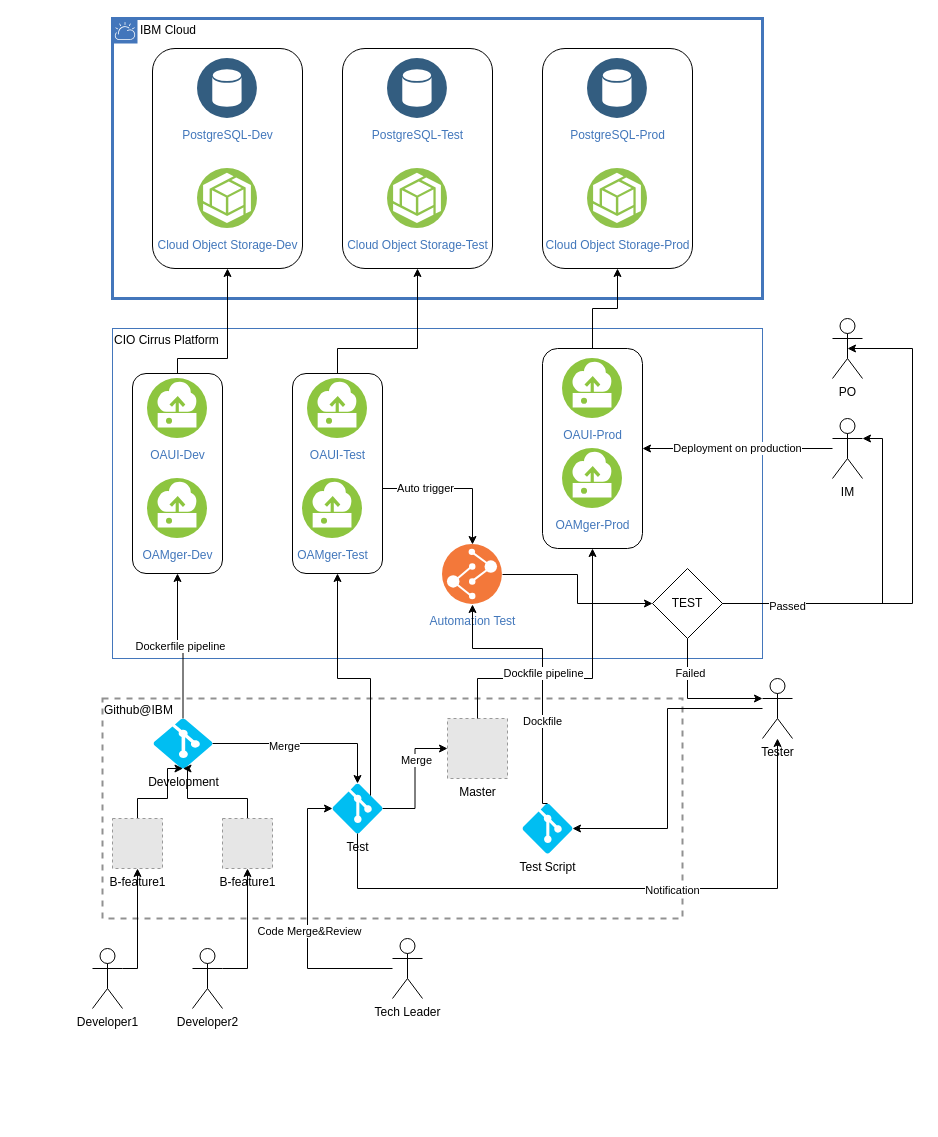
The draw.io diagram page "DevOpsOperational" (1 of 4) of oasis-architecture.drawio in JackZhao2517/drawio_folder, before the edit. Source tidied: cells renumbered, new cells numbered last; positions are measured from the earlier drawing's top-left corner, leaving out a move shared by most shapes. Both pictures are drawn from the tidied source at 100%, with x=0, y=0 at pixel (92, 18). Pictures stored in the file or linked from it are replaced by grey dashed boxes.
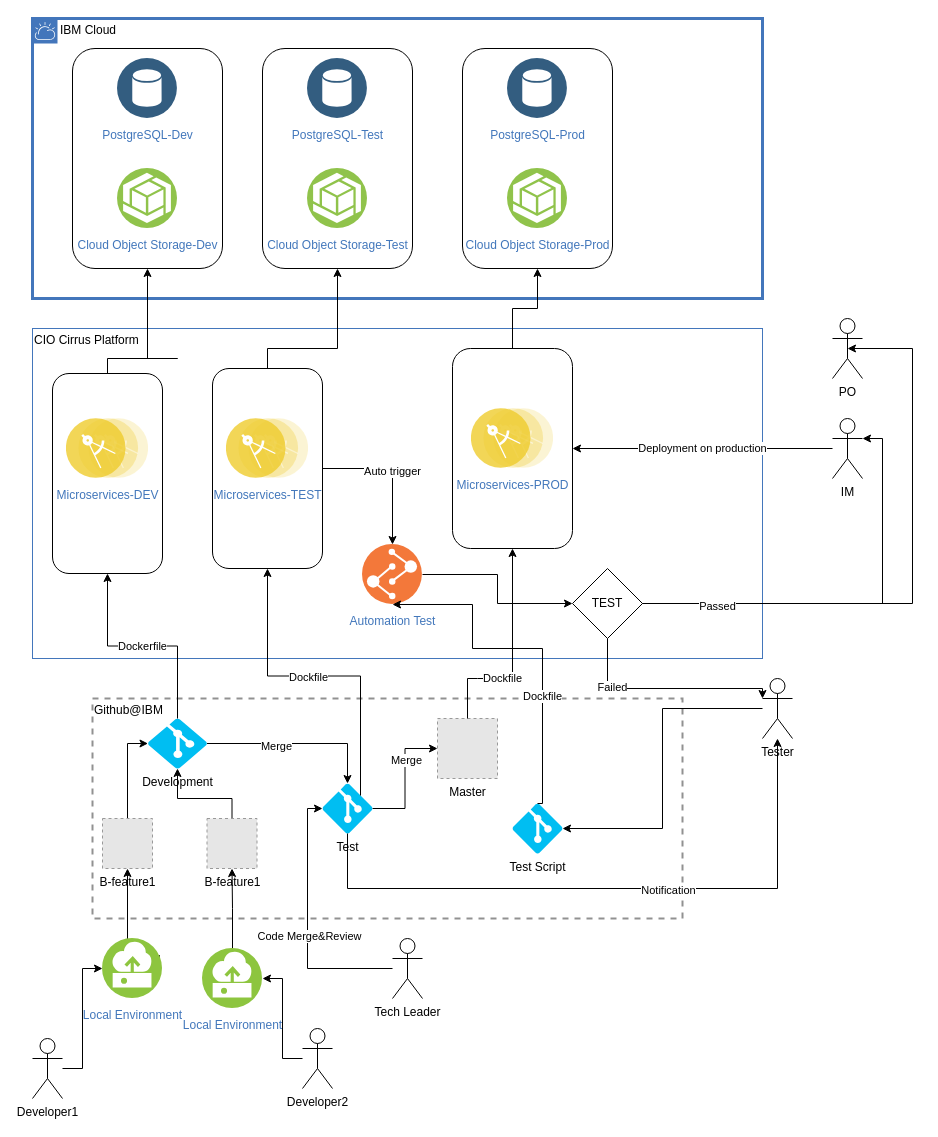
The same diagram, later.

Unchanged cells that the change refers to:
```xml
<mxCell id="8" value="Test" style="verticalLabelPosition=bottom;html=1;verticalAlign=top;align=center;strokeColor=none;fillColor=#00BEF2;shape=mxgraph.azure.git_repository;" parent="2" vertex="1">
  <mxGeometry x="230" y="85" width="50" height="50" as="geometry" />
</mxCell>
<mxCell id="10" value="B-feature1" style="fillColor=#E6E6E6;strokeColor=#999999;dashed=1;html=1;verticalAlign=top;verticalLabelPosition=bottom;labelBackgroundColor=#ffffff;" parent="2" vertex="1">
  <mxGeometry x="10" y="120" width="50" height="50" as="geometry" />
</mxCell>
<mxCell id="21" value="Automation Test" style="perimeter=ellipsePerimeter;html=1;align=center;shadow=0;dashed=0;fontColor=#4277BB;labelBackgroundColor=#ffffff;fontSize=12;spacingTop=3;image;image=img/lib/ibm/devops/build_test.svg;fillColor=#FFFFFF;" parent="15" vertex="1">
  <mxGeometry x="330" y="216" width="60" height="60" as="geometry" />
</mxCell>
<mxCell id="22" value="TEST" style="rhombus;whiteSpace=wrap;html=1;shadow=0;fillColor=#FFFFFF;" parent="15" vertex="1">
  <mxGeometry x="540" y="240" width="70" height="70" as="geometry" />
</mxCell>
<mxCell id="38" style="rounded=1;whiteSpace=wrap;html=1;fillColor=#FFFFFF;" parent="37" vertex="1">
  <mxGeometry width="150" height="220" as="geometry" />
</mxCell>
<mxCell id="55" value="Tester" style="shape=umlActor;verticalLabelPosition=bottom;verticalAlign=top;html=1;outlineConnect=0;" parent="1" vertex="1">
  <mxGeometry x="670" y="660" width="30" height="60" as="geometry" />
</mxCell>
<mxCell id="56" style="edgeStyle=orthogonalEdgeStyle;rounded=0;jettySize=auto;html=1;exitX=0.5;exitY=0;exitDx=0;exitDy=0;exitPerimeter=0;entryX=0.5;entryY=1;entryDx=0;entryDy=0;" parent="1" edge="1" source="14" target="21">
  <mxGeometry relative="1" as="geometry">
    <Array as="points">
      <mxPoint x="450" y="785" />
      <mxPoint x="450" y="630" />
      <mxPoint x="380" y="630" />
    </Array>
  </mxGeometry>
</mxCell>
```

Diff of the diagram source:
```diff
@@
     <mxCell id="2" value="&lt;div align=&quot;left&quot;&gt;Github@IBM&lt;/div&gt;" style="fontStyle=0;verticalAlign=top;align=left;spacingTop=-2;fillColor=none;rounded=0;whiteSpace=wrap;html=1;strokeColor=#919191;strokeWidth=2;dashed=1;" parent="1" vertex="1">
-      <mxGeometry x="10" y="680" width="580" height="220" as="geometry" />
+      <mxGeometry y="680" width="590" height="220" as="geometry" />
     </mxCell>
@@
     <mxCell id="5" value="Development" style="verticalLabelPosition=bottom;html=1;verticalAlign=top;align=center;strokeColor=none;fillColor=#00BEF2;shape=mxgraph.azure.git_repository;" parent="2" vertex="1">
-      <mxGeometry x="51" y="20" width="59" height="50" as="geometry" />
+      <mxGeometry x="55.5" y="20" width="59" height="50" as="geometry" />
     </mxCell>
@@
-    <mxCell id="9" style="edgeStyle=orthogonalEdgeStyle;rounded=0;jettySize=auto;html=1;entryX=0.5;entryY=1;entryDx=0;entryDy=0;entryPerimeter=0;exitX=0.5;exitY=0;exitDx=0;exitDy=0;" parent="2" edge="1" source="10" target="5">
+    <mxCell id="9" style="edgeStyle=orthogonalEdgeStyle;rounded=0;jettySize=auto;html=1;entryX=0;entryY=0.5;entryDx=0;entryDy=0;entryPerimeter=0;exitX=0.5;exitY=0;exitDx=0;exitDy=0;" parent="2" edge="1" source="10" target="5">
       <mxGeometry relative="1" as="geometry">
         <Array as="points">
-          <mxPoint x="35" y="100" />
-          <mxPoint x="65" y="100" />
-          <mxPoint x="65" y="70" />
+          <mxPoint x="35" y="45" />
         </Array>
       </mxGeometry>
     </mxCell>
@@
     <mxCell id="11" style="edgeStyle=orthogonalEdgeStyle;rounded=0;jettySize=auto;html=1;exitX=0.5;exitY=0;exitDx=0;exitDy=0;entryX=0.5;entryY=1;entryDx=0;entryDy=0;entryPerimeter=0;" parent="2" edge="1" source="12" target="5">
       <mxGeometry relative="1" as="geometry">
         <Array as="points">
-          <mxPoint x="145" y="100" />
+          <mxPoint x="140" y="100" />
           <mxPoint x="85" y="100" />
-          <mxPoint x="85" y="70" />
         </Array>
       </mxGeometry>
     </mxCell>
     <mxCell id="12" value="B-feature1" style="fillColor=#E6E6E6;strokeColor=#999999;dashed=1;html=1;verticalAlign=top;verticalLabelPosition=bottom;labelBackgroundColor=#ffffff;" parent="2" vertex="1">
-      <mxGeometry x="120" y="120" width="50" height="50" as="geometry" />
+      <mxGeometry x="114.5" y="120" width="50" height="50" as="geometry" />
     </mxCell>
@@
     <mxCell id="15" value="&lt;div align=&quot;left&quot;&gt;CIO Cirrus Platform&lt;/div&gt;" style="fontStyle=0;verticalAlign=top;align=left;spacingTop=-2;fillColor=none;rounded=0;whiteSpace=wrap;html=1;strokeColor=#4376BB;strokeWidth=1;dashed=0;" parent="1" vertex="1">
-      <mxGeometry x="20" y="310" width="650" height="330" as="geometry" />
+      <mxGeometry x="-60" y="310" width="730" height="330" as="geometry" />
     </mxCell>
-    <mxCell id="16" value="Auto trigger" style="edgeStyle=orthogonalEdgeStyle;rounded=0;jettySize=auto;html=1;entryX=0.5;entryY=0;entryDx=0;entryDy=0;" parent="15" edge="1" target="21">
+    <mxCell id="16" value="Auto trigger" style="edgeStyle=orthogonalEdgeStyle;rounded=0;jettySize=auto;html=1;entryX=0.5;entryY=0;entryDx=0;entryDy=0;exitX=1;exitY=0.5;exitDx=0;exitDy=0;" parent="15" edge="1" source="74" target="21">
       <mxGeometry relative="1" as="geometry">
-        <mxPoint x="210" y="160" as="sourcePoint" />
         <Array as="points">
-          <mxPoint x="360" y="160" />
+          <mxPoint x="360" y="140" />
         </Array>
       </mxGeometry>
     </mxCell>
     <mxCell id="17" style="rounded=1;whiteSpace=wrap;html=1;fillColor=#FFFFFF;" parent="15" vertex="1">
-      <mxGeometry x="20" y="45" width="90" height="200" as="geometry" />
+      <mxGeometry x="20" y="45" width="110" height="200" as="geometry" />
     </mxCell>
-    <mxCell id="18" value="OAUI-Dev" style="perimeter=ellipsePerimeter;html=1;align=center;shadow=0;dashed=0;fontColor=#4277BB;labelBackgroundColor=#ffffff;fontSize=12;spacingTop=3;image;image=img/lib/ibm/vpc/Instance.svg;" parent="15" vertex="1">
-      <mxGeometry x="35" y="50" width="60" height="60" as="geometry" />
-    </mxCell>
-    <mxCell id="19" value="OAMger-Dev" style="perimeter=ellipsePerimeter;html=1;align=center;shadow=0;dashed=0;fontColor=#4277BB;labelBackgroundColor=#ffffff;fontSize=12;spacingTop=3;image;image=img/lib/ibm/vpc/Instance.svg;" parent="15" vertex="1">
-      <mxGeometry x="35" y="150" width="60" height="60" as="geometry" />
-    </mxCell>
@@
-    <mxCell id="23" style="group;" parent="15" vertex="1">
-      <mxGeometry x="430" y="20" width="100" height="200" as="geometry" />
-    </mxCell>
+    <mxCell id="73" value="Microservices-DEV" style="perimeter=ellipsePerimeter;html=1;align=center;shadow=0;dashed=0;fontColor=#4277BB;labelBackgroundColor=#ffffff;fontSize=12;spacingTop=3;image;image=img/lib/ibm/applications/microservice.svg;fillColor=#67AB9F;" parent="15" vertex="1">
+      <mxGeometry x="33.9" y="90" width="82.2" height="60" as="geometry" />
+    </mxCell>
+    <mxCell id="74" style="rounded=1;whiteSpace=wrap;html=1;fillColor=#FFFFFF;" parent="15" vertex="1">
+      <mxGeometry x="180" y="40" width="110" height="200" as="geometry" />
+    </mxCell>
+    <mxCell id="75" value="Microservices-TEST" style="perimeter=ellipsePerimeter;html=1;align=center;shadow=0;dashed=0;fontColor=#4277BB;labelBackgroundColor=#ffffff;fontSize=12;spacingTop=3;image;image=img/lib/ibm/applications/microservice.svg;fillColor=#67AB9F;" parent="15" vertex="1">
+      <mxGeometry x="193.9" y="90" width="82.2" height="60" as="geometry" />
+    </mxCell>
-    <mxCell id="24" style="rounded=1;whiteSpace=wrap;html=1;fillColor=#FFFFFF;" parent="23" vertex="1">
-      <mxGeometry width="100" height="200" as="geometry" />
+    <mxCell id="24" style="rounded=1;whiteSpace=wrap;html=1;fillColor=#FFFFFF;" parent="15" vertex="1">
+      <mxGeometry x="420" y="20" width="120" height="200" as="geometry" />
     </mxCell>
-    <mxCell id="25" value="OAUI-Prod" style="perimeter=ellipsePerimeter;html=1;align=center;shadow=0;dashed=0;fontColor=#4277BB;labelBackgroundColor=#ffffff;fontSize=12;spacingTop=3;image;image=img/lib/ibm/vpc/Instance.svg;" parent="23" vertex="1">
-      <mxGeometry x="20" y="10" width="60" height="60" as="geometry" />
-    </mxCell>
-    <mxCell id="26" value="OAMger-Prod" style="perimeter=ellipsePerimeter;html=1;align=center;shadow=0;dashed=0;fontColor=#4277BB;labelBackgroundColor=#ffffff;fontSize=12;spacingTop=3;image;image=img/lib/ibm/vpc/Instance.svg;" parent="23" vertex="1">
-      <mxGeometry x="20" y="100" width="60" height="60" as="geometry" />
-    </mxCell>
-    <mxCell id="27" style="group;" parent="15" vertex="1">
-      <mxGeometry x="180" y="45" width="90" height="200" as="geometry" />
-    </mxCell>
-    <mxCell id="28" style="group;" parent="27" vertex="1">
-      <mxGeometry width="90" height="200" as="geometry" />
-    </mxCell>
-    <mxCell id="29" style="rounded=1;whiteSpace=wrap;html=1;fillColor=#FFFFFF;shadow=0;" parent="28" vertex="1">
-      <mxGeometry width="90" height="200" as="geometry" />
-    </mxCell>
-    <mxCell id="30" value="OAUI-Test" style="perimeter=ellipsePerimeter;html=1;align=center;shadow=0;dashed=0;fontColor=#4277BB;labelBackgroundColor=#ffffff;fontSize=12;spacingTop=3;image;image=img/lib/ibm/vpc/Instance.svg;" parent="28" vertex="1">
-      <mxGeometry x="15" y="5" width="60" height="60" as="geometry" />
-    </mxCell>
-    <mxCell id="31" value="OAMger-Test" style="perimeter=ellipsePerimeter;html=1;align=center;shadow=0;dashed=0;fontColor=#4277BB;labelBackgroundColor=#ffffff;fontSize=12;spacingTop=3;image;image=img/lib/ibm/vpc/Instance.svg;" parent="28" vertex="1">
-      <mxGeometry x="10" y="105" width="60" height="60" as="geometry" />
-    </mxCell>
+    <mxCell id="76" value="Microservices-PROD" style="perimeter=ellipsePerimeter;html=1;align=center;shadow=0;dashed=0;fontColor=#4277BB;labelBackgroundColor=#ffffff;fontSize=12;spacingTop=3;image;image=img/lib/ibm/applications/microservice.svg;fillColor=#67AB9F;" parent="15" vertex="1">
+      <mxGeometry x="438.9" y="80" width="82.2" height="60" as="geometry" />
+    </mxCell>
     <mxCell id="32" value="IBM Cloud" style="shape=mxgraph.ibm.box;prType=cloud;fontStyle=0;verticalAlign=top;align=left;spacingLeft=32;spacingTop=4;fillColor=none;rounded=0;whiteSpace=wrap;html=1;strokeColor=#4376BB;strokeWidth=3;dashed=0;spacing=-4;" parent="1" vertex="1">
-      <mxGeometry x="20" width="650" height="280" as="geometry" />
+      <mxGeometry x="-60" width="730" height="280" as="geometry" />
     </mxCell>
@@
-    <mxCell id="45" style="edgeStyle=orthogonalEdgeStyle;rounded=0;jettySize=auto;html=1;exitX=1;exitY=0.3333333333333333;exitDx=0;exitDy=0;exitPerimeter=0;entryX=0.5;entryY=1;entryDx=0;entryDy=0;" parent="1" edge="1" source="46" target="10">
+    <mxCell id="45" style="edgeStyle=orthogonalEdgeStyle;rounded=0;jettySize=auto;html=1;exitX=1;exitY=0.25;exitDx=0;exitDy=0;entryX=0.5;entryY=1;entryDx=0;entryDy=0;" parent="1" edge="1" source="80" target="10">
       <mxGeometry relative="1" as="geometry">
         <Array as="points">
+          <mxPoint x="42" y="950" />
           <mxPoint x="45" y="950" />
         </Array>
       </mxGeometry>
     </mxCell>
+    <mxCell id="77" style="edgeStyle=orthogonalEdgeStyle;rounded=0;jettySize=auto;html=1;entryX=0;entryY=0.5;entryDx=0;entryDy=0;" parent="1" edge="1" source="46" target="80">
+      <mxGeometry relative="1" as="geometry" />
+    </mxCell>
     <mxCell id="46" value="Developer1" style="shape=umlActor;verticalLabelPosition=bottom;verticalAlign=top;html=1;outlineConnect=0;" parent="1" vertex="1">
-      <mxGeometry y="930" width="30" height="60" as="geometry" />
+      <mxGeometry x="-60" y="1020" width="30" height="60" as="geometry" />
     </mxCell>
@@
-    <mxCell id="51" value="&lt;div&gt;Dockerfile pipeline&lt;/div&gt;" style="edgeStyle=orthogonalEdgeStyle;rounded=0;jettySize=auto;html=1;exitX=0.5;exitY=0;exitDx=0;exitDy=0;exitPerimeter=0;entryX=0.5;entryY=1;entryDx=0;entryDy=0;" parent="1" edge="1" source="5" target="17">
+    <mxCell id="51" value="&lt;div&gt;Dockerfile &lt;br&gt;&lt;/div&gt;" style="edgeStyle=orthogonalEdgeStyle;rounded=0;jettySize=auto;html=1;exitX=0.5;exitY=0;exitDx=0;exitDy=0;exitPerimeter=0;entryX=0.5;entryY=1;entryDx=0;entryDy=0;" parent="1" edge="1" source="5" target="17">
       <mxGeometry relative="1" as="geometry" />
     </mxCell>
-    <mxCell id="52" style="edgeStyle=orthogonalEdgeStyle;rounded=0;jettySize=auto;html=1;exitX=1;exitY=0.3333333333333333;exitDx=0;exitDy=0;exitPerimeter=0;" parent="1" edge="1" source="53" target="12">
+    <mxCell id="52" style="edgeStyle=orthogonalEdgeStyle;rounded=0;jettySize=auto;html=1;exitX=0.5;exitY=0;exitDx=0;exitDy=0;" parent="1" edge="1" source="81" target="12">
       <mxGeometry relative="1" as="geometry" />
     </mxCell>
+    <mxCell id="78" style="edgeStyle=orthogonalEdgeStyle;rounded=0;jettySize=auto;html=1;entryX=1;entryY=0.5;entryDx=0;entryDy=0;" parent="1" edge="1" source="53" target="81">
+      <mxGeometry relative="1" as="geometry" />
+    </mxCell>
     <mxCell id="53" value="Developer2" style="shape=umlActor;verticalLabelPosition=bottom;verticalAlign=top;html=1;outlineConnect=0;" parent="1" vertex="1">
-      <mxGeometry x="100" y="930" width="30" height="60" as="geometry" />
+      <mxGeometry x="210" y="1010" width="30" height="60" as="geometry" />
     </mxCell>
@@
-    <mxCell id="57" value="Dockfile pipeline" style="edgeLabel;html=1;align=center;verticalAlign=middle;" parent="56" vertex="1">
-      <mxGeometry x="-0.01" relative="1" as="geometry" />
+    <mxCell id="57" value="Dockfile " style="edgeLabel;html=1;align=center;verticalAlign=middle;" parent="56" vertex="1">
+      <mxGeometry x="-0.01" relative="1" as="geometry">
+        <mxPoint x="-25.4" y="29.9" as="offset" />
+      </mxGeometry>
     </mxCell>
@@
     <mxCell id="62" style="edgeStyle=orthogonalEdgeStyle;rounded=0;jettySize=auto;html=1;exitX=0.5;exitY=1;exitDx=0;exitDy=0;exitPerimeter=0;" parent="1" edge="1" source="8" target="55">
       <mxGeometry relative="1" as="geometry">
         <Array as="points">
-          <mxPoint x="265" y="870" />
+          <mxPoint x="255" y="870" />
           <mxPoint x="685" y="870" />
         </Array>
       </mxGeometry>
     </mxCell>
@@
-    <mxCell id="64" style="edgeStyle=orthogonalEdgeStyle;rounded=0;jettySize=auto;html=1;exitX=0.76;exitY=0.24;exitDx=0;exitDy=0;exitPerimeter=0;entryX=0.5;entryY=1;entryDx=0;entryDy=0;" parent="1" edge="1" source="8" target="29">
+    <mxCell id="64" style="edgeStyle=orthogonalEdgeStyle;rounded=0;jettySize=auto;html=1;exitX=0.76;exitY=0.24;exitDx=0;exitDy=0;exitPerimeter=0;entryX=0.5;entryY=1;entryDx=0;entryDy=0;" parent="1" edge="1" source="8" target="74">
       <mxGeometry relative="1" as="geometry" />
     </mxCell>
+    <mxCell id="79" value="Dockfile" style="edgeLabel;html=1;align=center;verticalAlign=middle;" parent="64" vertex="1">
+      <mxGeometry x="0.07" y="1" relative="1" as="geometry">
+        <mxPoint x="-1" as="offset" />
+      </mxGeometry>
+    </mxCell>
     <mxCell id="65" style="edgeStyle=orthogonalEdgeStyle;rounded=0;jettySize=auto;html=1;exitX=0.5;exitY=1;exitDx=0;exitDy=0;entryX=0;entryY=0.3333333333333333;entryDx=0;entryDy=0;entryPerimeter=0;" parent="1" edge="1" source="22" target="55">
-      <mxGeometry relative="1" as="geometry" />
+      <mxGeometry relative="1" as="geometry">
+        <Array as="points">
+          <mxPoint x="515" y="670" />
+          <mxPoint x="670" y="670" />
+        </Array>
+      </mxGeometry>
     </mxCell>
@@
-    <mxCell id="69" style="edgeStyle=orthogonalEdgeStyle;rounded=0;jettySize=auto;html=1;entryX=0.5;entryY=1;entryDx=0;entryDy=0;" parent="1" edge="1" source="29" target="38">
+    <mxCell id="69" style="edgeStyle=orthogonalEdgeStyle;rounded=0;jettySize=auto;html=1;entryX=0.5;entryY=1;entryDx=0;entryDy=0;exitX=0.5;exitY=0;exitDx=0;exitDy=0;" parent="1" edge="1" source="74" target="38">
       <mxGeometry relative="1" as="geometry">
         <Array as="points">
           <mxPoint x="245" y="330" />
           <mxPoint x="325" y="330" />
         </Array>
       </mxGeometry>
     </mxCell>
@@
+    <mxCell id="80" value="Local Environment" style="perimeter=ellipsePerimeter;html=1;align=center;shadow=0;dashed=0;fontColor=#4277BB;labelBackgroundColor=#ffffff;fontSize=12;spacingTop=3;image;image=img/lib/ibm/vpc/Instance.svg;fillColor=#67AB9F;" parent="1" vertex="1">
+      <mxGeometry x="10" y="920" width="60" height="60" as="geometry" />
+    </mxCell>
+    <mxCell id="81" value="Local Environment" style="perimeter=ellipsePerimeter;html=1;align=center;shadow=0;dashed=0;fontColor=#4277BB;labelBackgroundColor=#ffffff;fontSize=12;spacingTop=3;image;image=img/lib/ibm/vpc/Instance.svg;fillColor=#67AB9F;" parent="1" vertex="1">
+      <mxGeometry x="110" y="930" width="60" height="60" as="geometry" />
+    </mxCell>
```
